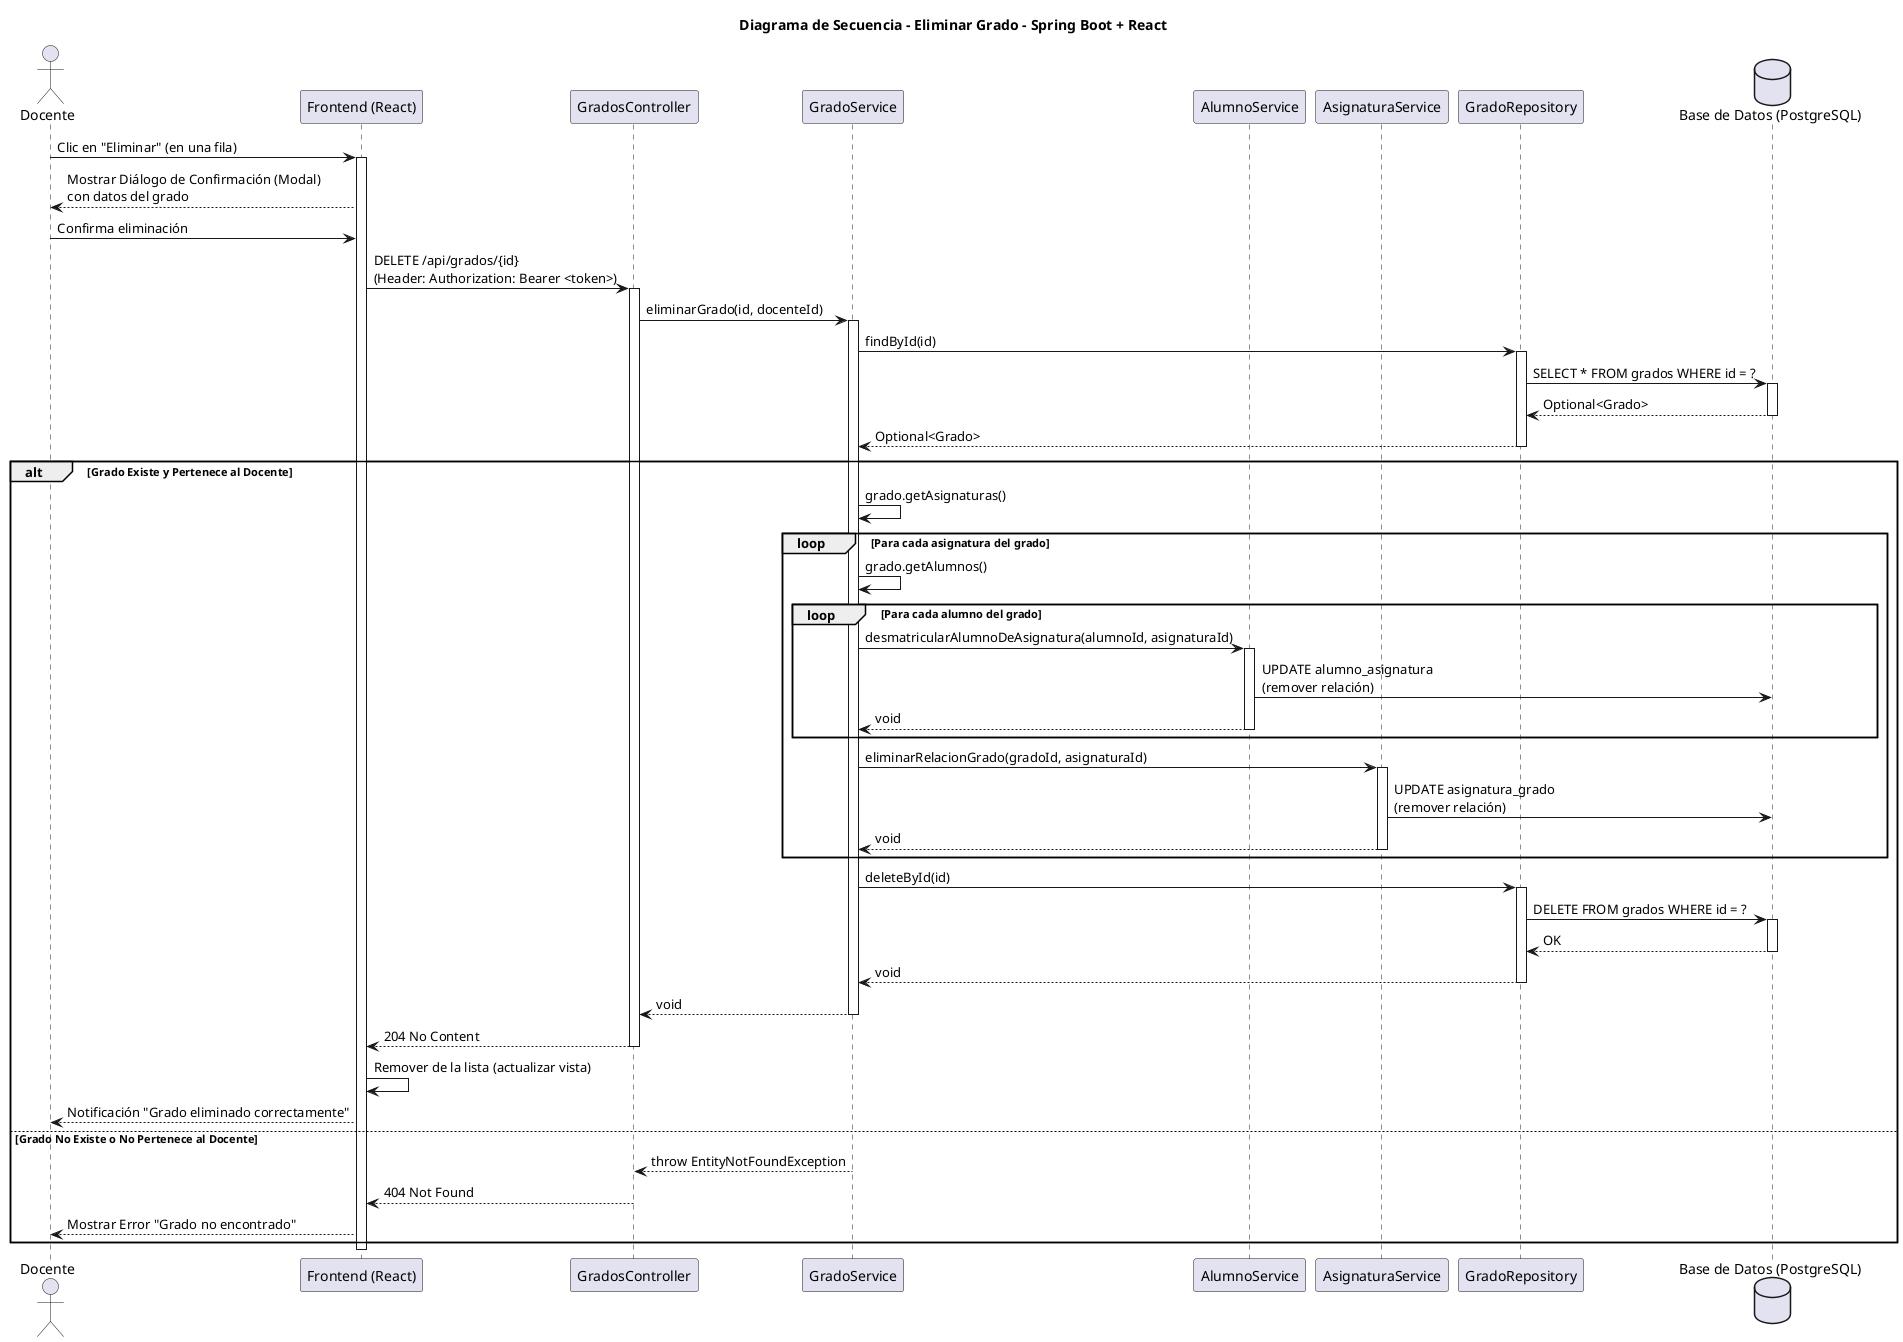
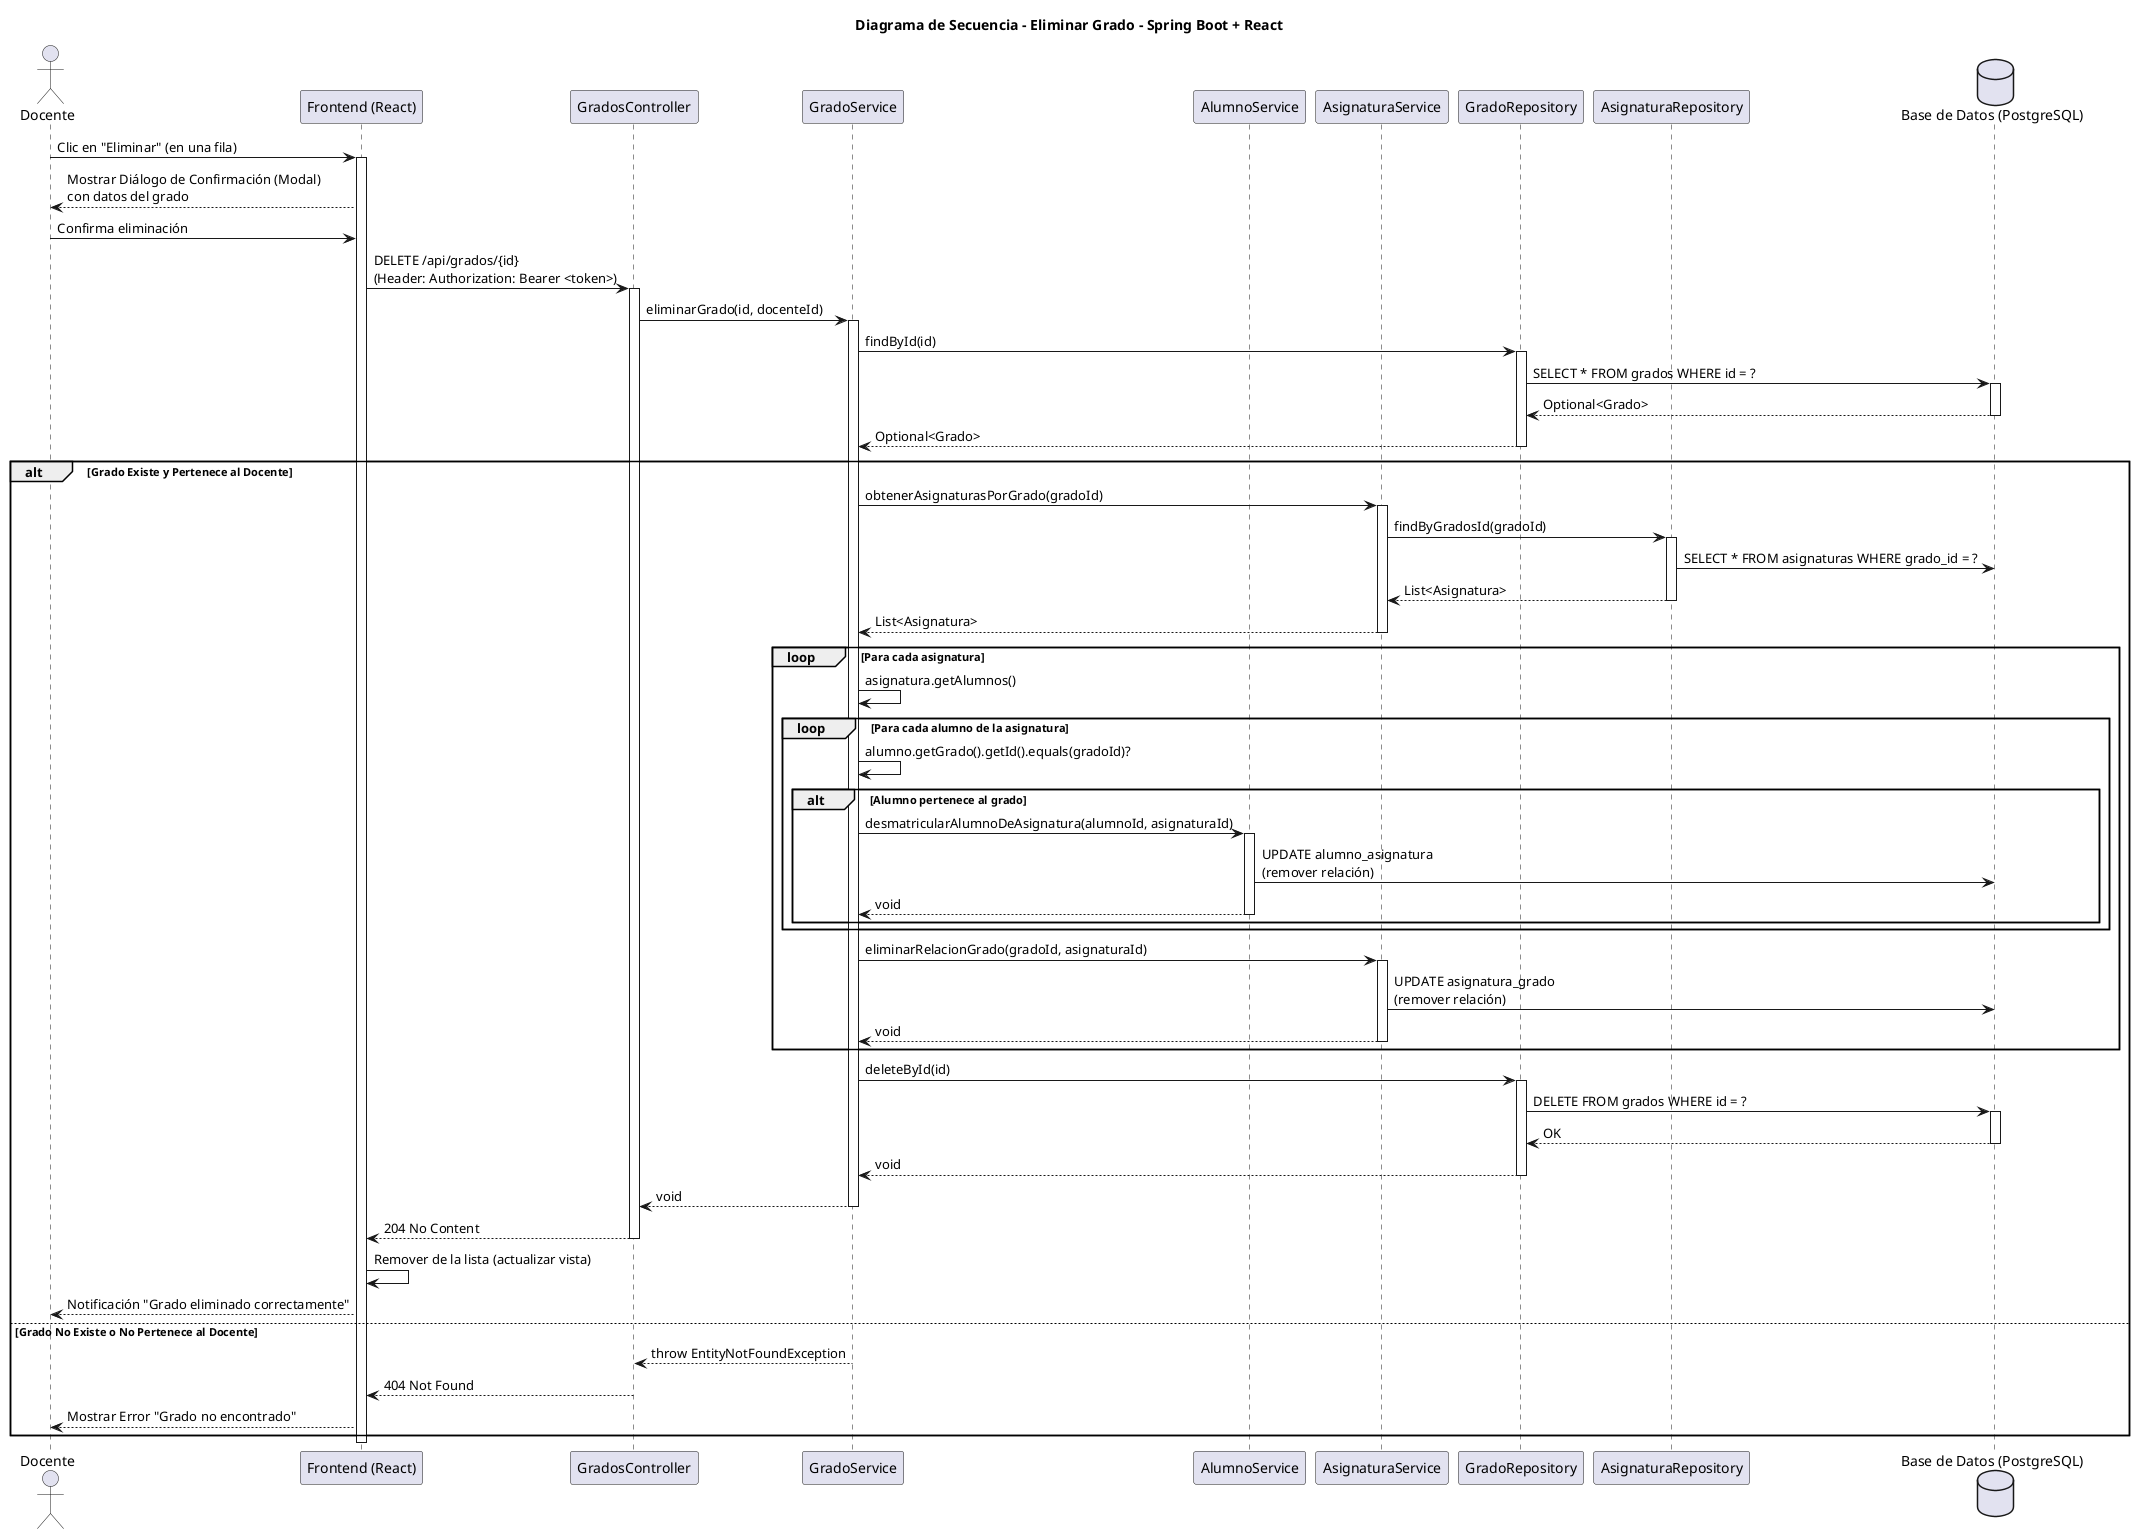
@startuml eliminarGrado-diseño
title Diagrama de Secuencia - Eliminar Grado - Spring Boot + React

actor "Docente" as Teacher
participant "Frontend (React)" as FE
participant "GradosController" as Controller
participant "GradoService" as Service
participant "AlumnoService" as AlumnoService
participant "AsignaturaService" as AsignaturaService
participant "GradoRepository" as Repo
+ participant "AsignaturaRepository" as AsignaturaRepo
database "Base de Datos (PostgreSQL)" as DB

Teacher -> FE: Clic en "Eliminar" (en una fila)
activate FE
FE --> Teacher: Mostrar Diálogo de Confirmación (Modal)\ncon datos del grado
Teacher -> FE: Confirma eliminación
FE -> Controller: DELETE /api/grados/{id}\n(Header: Authorization: Bearer <token>)
activate Controller
Controller -> Service: eliminarGrado(id, docenteId)
activate Service
Service -> Repo: findById(id)
activate Repo
Repo -> DB: SELECT * FROM grados WHERE id = ?
activate DB
DB --> Repo: Optional<Grado>
deactivate DB
Repo --> Service: Optional<Grado>
deactivate Repo
alt Grado Existe y Pertenece al Docente
-     Service -> Service: grado.getAsignaturas()
-     loop Para cada asignatura del grado
-         Service -> Service: grado.getAlumnos()
-         loop Para cada alumno del grado
-             Service -> AlumnoService: desmatricularAlumnoDeAsignatura(alumnoId, asignaturaId)
-             activate AlumnoService
-             AlumnoService -> DB: UPDATE alumno_asignatura\n(remover relación)
-             AlumnoService --> Service: void
-             deactivate AlumnoService
+     Service -> AsignaturaService: obtenerAsignaturasPorGrado(gradoId)
+     activate AsignaturaService
+     AsignaturaService -> AsignaturaRepo: findByGradosId(gradoId)
+     activate AsignaturaRepo
+     AsignaturaRepo -> DB: SELECT * FROM asignaturas WHERE grado_id = ?
+     AsignaturaRepo --> AsignaturaService: List<Asignatura>
+     deactivate AsignaturaRepo
+     AsignaturaService --> Service: List<Asignatura>
+     deactivate AsignaturaService
+     loop Para cada asignatura
+         Service -> Service: asignatura.getAlumnos()
+         loop Para cada alumno de la asignatura
+             Service -> Service: alumno.getGrado().getId().equals(gradoId)?
+             alt Alumno pertenece al grado
+                 Service -> AlumnoService: desmatricularAlumnoDeAsignatura(alumnoId, asignaturaId)
+                 activate AlumnoService
+                 AlumnoService -> DB: UPDATE alumno_asignatura\n(remover relación)
+                 AlumnoService --> Service: void
+                 deactivate AlumnoService
+             end
        end
        Service -> AsignaturaService: eliminarRelacionGrado(gradoId, asignaturaId)
        activate AsignaturaService
        AsignaturaService -> DB: UPDATE asignatura_grado\n(remover relación)
        AsignaturaService --> Service: void
        deactivate AsignaturaService
    end
    Service -> Repo: deleteById(id)
    activate Repo
    Repo -> DB: DELETE FROM grados WHERE id = ?
    activate DB
    DB --> Repo: OK
    deactivate DB
    Repo --> Service: void
    deactivate Repo
    Service --> Controller: void
    deactivate Service
    Controller --> FE: 204 No Content
    deactivate Controller
    FE -> FE: Remover de la lista (actualizar vista)
    FE --> Teacher: Notificación "Grado eliminado correctamente"
else Grado No Existe o No Pertenece al Docente
    Service --> Controller: throw EntityNotFoundException
    deactivate Service
    Controller --> FE: 404 Not Found
    deactivate Controller
    FE --> Teacher: Mostrar Error "Grado no encontrado"
end
deactivate FE

@enduml